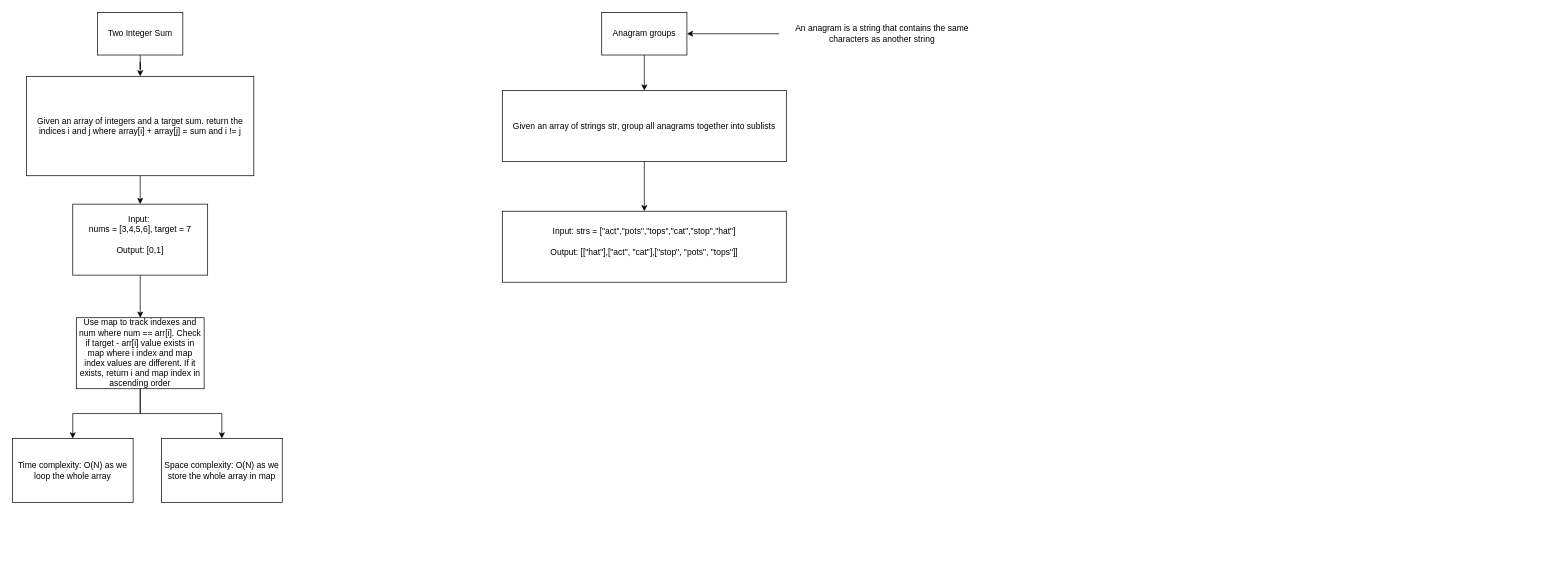
Before: neetcodeproblems.drawio in KaidenCoder/DrawIORepo, a draw.io diagram. Source tidied: cells renumbered, new cells numbered last; positions are measured from the earlier drawing's top-left corner, leaving out a move shared by most shapes. Both pictures are drawn from the tidied source at 71%, with x=0, y=0 at pixel (12, 12).
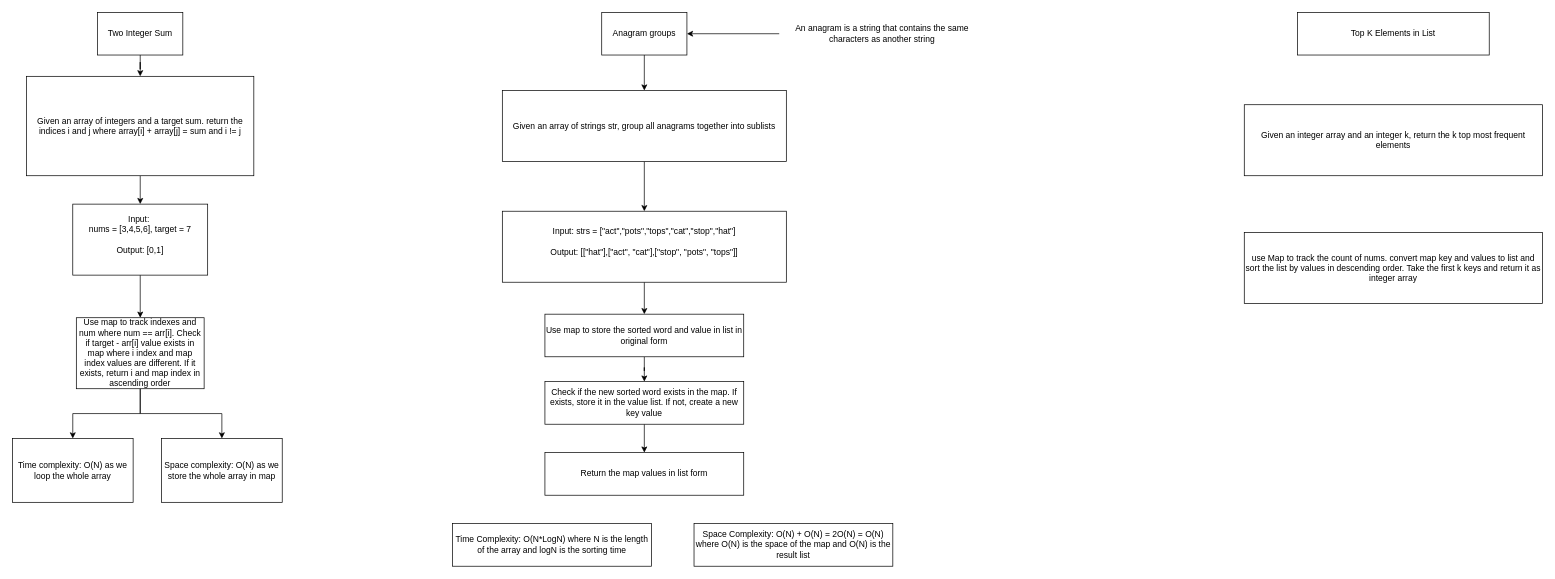
The same diagram, later.

Unchanged cells that the change refers to:
```xml
<mxCell id="19" value="&lt;div&gt;Input: strs = [&quot;act&quot;,&quot;pots&quot;,&quot;tops&quot;,&quot;cat&quot;,&quot;stop&quot;,&quot;hat&quot;]&lt;/div&gt;&lt;div&gt;&lt;br&gt;&lt;/div&gt;&lt;div&gt;Output: [[&quot;hat&quot;],[&quot;act&quot;, &quot;cat&quot;],[&quot;stop&quot;, &quot;pots&quot;, &quot;tops&quot;]]&lt;/div&gt;&lt;div&gt;&lt;br&gt;&lt;/div&gt;" style="rounded=0;whiteSpace=wrap;html=1;" parent="1" vertex="1">
  <mxGeometry x="690" y="280" width="400" height="100" as="geometry" />
</mxCell>
```

Change to the diagram source:
```diff
@@
+    <mxCell id="20" style="edgeStyle=orthogonalEdgeStyle;rounded=0;jettySize=auto;html=1;" parent="1" edge="1" source="19" target="22">
+      <mxGeometry relative="1" as="geometry" />
+    </mxCell>
@@
+    <mxCell id="21" style="edgeStyle=orthogonalEdgeStyle;rounded=0;jettySize=auto;html=1;" parent="1" edge="1" source="22" target="24">
+      <mxGeometry relative="1" as="geometry" />
+    </mxCell>
+    <mxCell id="22" value="Use map to store the sorted word and value in list in original form" style="rounded=0;whiteSpace=wrap;html=1;" parent="1" vertex="1">
+      <mxGeometry x="750" y="425" width="280" height="60" as="geometry" />
+    </mxCell>
+    <mxCell id="23" style="edgeStyle=orthogonalEdgeStyle;rounded=0;jettySize=auto;html=1;" parent="1" edge="1" source="24" target="25">
+      <mxGeometry relative="1" as="geometry" />
+    </mxCell>
+    <mxCell id="24" value="Check if the new sorted word exists in the map. If exists, store it in the value list. If not, create a new key value" style="rounded=0;whiteSpace=wrap;html=1;" parent="1" vertex="1">
+      <mxGeometry x="750" y="520" width="280" height="60" as="geometry" />
+    </mxCell>
+    <mxCell id="25" value="Return the map values in list form" style="rounded=0;whiteSpace=wrap;html=1;" parent="1" vertex="1">
+      <mxGeometry x="750" y="620" width="280" height="60" as="geometry" />
+    </mxCell>
+    <mxCell id="26" value="Top K Elements in List" style="rounded=0;whiteSpace=wrap;html=1;" parent="1" vertex="1">
+      <mxGeometry x="1810" width="270" height="60" as="geometry" />
+    </mxCell>
+    <mxCell id="27" value="Given an integer array and an integer k, return the k top most frequent elements" style="rounded=0;whiteSpace=wrap;html=1;" parent="1" vertex="1">
+      <mxGeometry x="1735" y="130" width="420" height="100" as="geometry" />
+    </mxCell>
+    <mxCell id="28" value="use Map to track the count of nums. convert map key and values to list and sort the list by values in descending order. Take the first k keys and return it as integer array" style="rounded=0;whiteSpace=wrap;html=1;" parent="1" vertex="1">
+      <mxGeometry x="1735" y="310" width="420" height="100" as="geometry" />
+    </mxCell>
+    <mxCell id="29" value="Time Complexity: O(N*LogN) where N is the length of the array and logN is the sorting time" style="rounded=0;whiteSpace=wrap;html=1;" parent="1" vertex="1">
+      <mxGeometry x="620" y="720" width="280" height="60" as="geometry" />
+    </mxCell>
+    <mxCell id="30" value="Space Complexity: O(N) + O(N) = 2O(N) = O(N) where O(N) is the space of the map and O(N) is the result list" style="rounded=0;whiteSpace=wrap;html=1;" parent="1" vertex="1">
+      <mxGeometry x="960" y="720" width="280" height="60" as="geometry" />
+    </mxCell>
```
